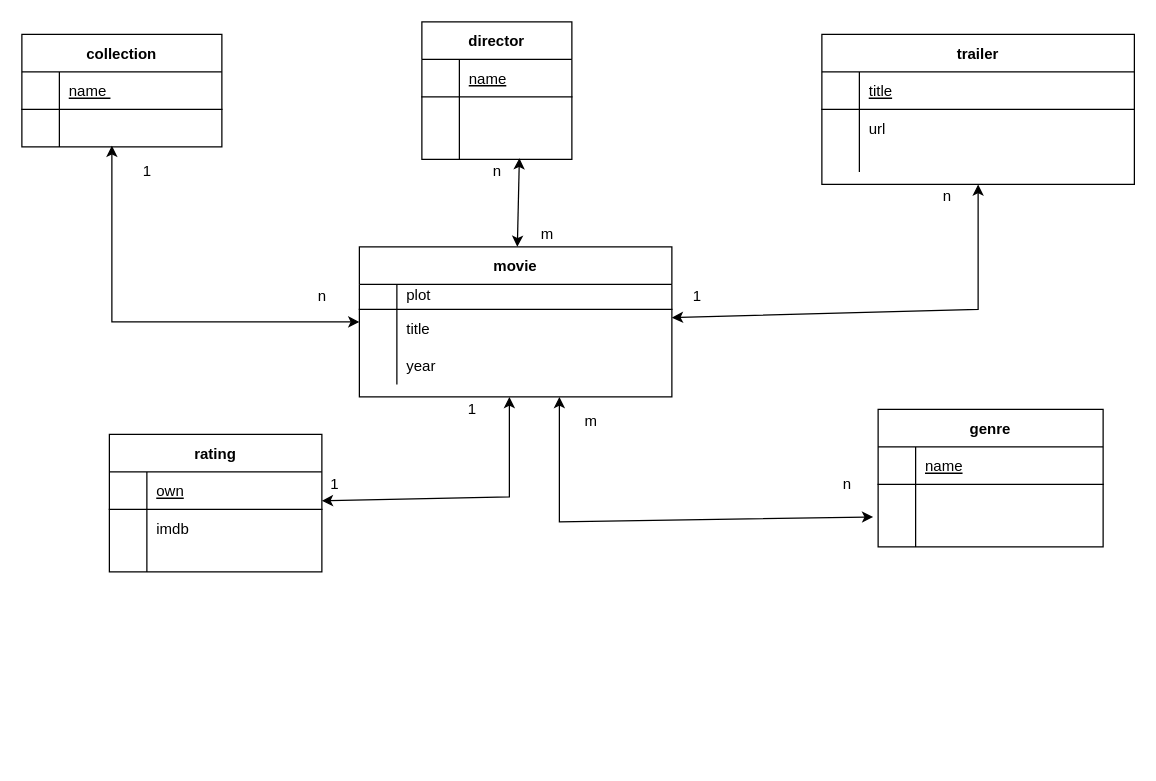
Earlier version of the draw.io diagram kmom04/Untitled Diagram.drawio (fridavbg/databas). Source tidied: cells renumbered, new cells numbered last; positions are measured from the earlier drawing's top-left corner, leaving out a move shared by most shapes. Both pictures are drawn from the tidied source at 125%, with x=0, y=0 at pixel (21, 21).
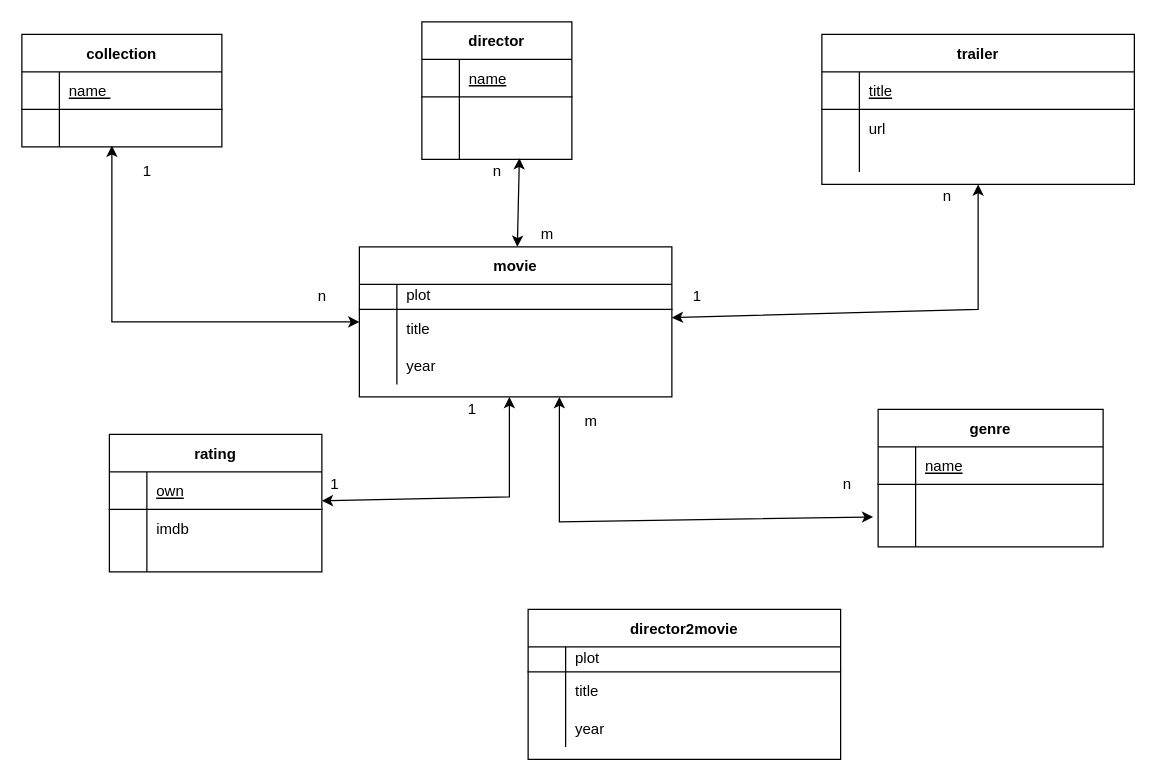
The same page after the edit.

The edit, as a diff of the source:
```diff
@@
+    <mxCell id="74" value="director2movie" style="shape=table;startSize=30;childLayout=tableLayout;rowLines=0;fontStyle=1;align=center;" parent="1" vertex="1">
+      <mxGeometry x="405" y="470" width="250" height="120" as="geometry" />
+    </mxCell>
+    <mxCell id="75" style="shape=partialRectangle;fillColor=none;top=0;left=0;right=0;bottom=1;" parent="74" vertex="1">
+      <mxGeometry y="30" width="250" height="20" as="geometry" />
+    </mxCell>
+    <mxCell id="76" value=" " style="shape=partialRectangle;overflow=hidden;fillColor=none;top=0;left=0;bottom=0;right=0;fontStyle=1;" parent="75" vertex="1">
+      <mxGeometry width="30" height="20" as="geometry" />
+    </mxCell>
+    <mxCell id="77" value="plot&#10;" style="shape=partialRectangle;overflow=hidden;fillColor=none;top=0;left=0;bottom=0;right=0;align=left;spacingLeft=6;fontStyle=0;" parent="75" vertex="1">
+      <mxGeometry x="30" width="220" height="20" as="geometry" />
+    </mxCell>
+    <mxCell id="78" style="shape=partialRectangle;fillColor=none;top=0;left=0;right=0;bottom=0;" parent="74" vertex="1">
+      <mxGeometry y="50" width="250" height="30" as="geometry" />
+    </mxCell>
+    <mxCell id="79" style="shape=partialRectangle;overflow=hidden;fillColor=none;top=0;left=0;bottom=0;right=0;" parent="78" vertex="1">
+      <mxGeometry width="30" height="30" as="geometry" />
+    </mxCell>
+    <mxCell id="80" value="title" style="shape=partialRectangle;overflow=hidden;fillColor=none;top=0;left=0;bottom=0;right=0;align=left;spacingLeft=6;" parent="78" vertex="1">
+      <mxGeometry x="30" width="220" height="30" as="geometry" />
+    </mxCell>
+    <mxCell id="81" style="shape=partialRectangle;fillColor=none;top=0;left=0;right=0;bottom=0;" parent="74" vertex="1">
+      <mxGeometry y="80" width="250" height="30" as="geometry" />
+    </mxCell>
+    <mxCell id="82" style="shape=partialRectangle;overflow=hidden;fillColor=none;top=0;left=0;bottom=0;right=0;" parent="81" vertex="1">
+      <mxGeometry width="30" height="30" as="geometry" />
+    </mxCell>
+    <mxCell id="83" value="year" style="shape=partialRectangle;overflow=hidden;fillColor=none;top=0;left=0;bottom=0;right=0;align=left;spacingLeft=6;" parent="81" vertex="1">
+      <mxGeometry x="30" width="220" height="30" as="geometry" />
+    </mxCell>
```
